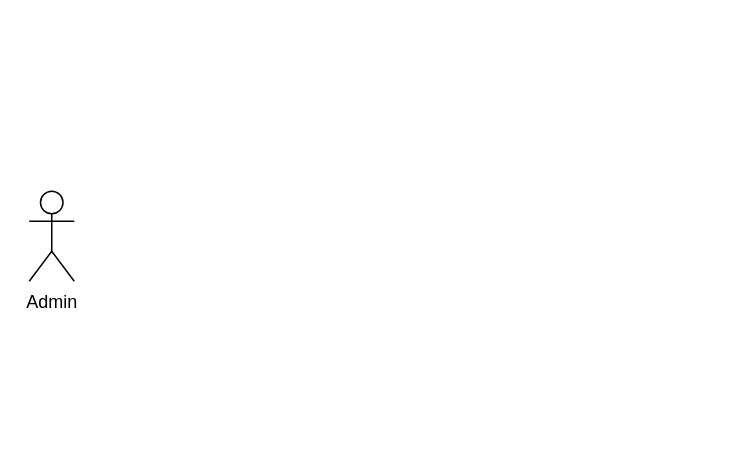
Before: AlcoVision.drawio in nugrahaas/diagram-project-rpl, a draw.io diagram. Source tidied: cells renumbered, new cells numbered last; positions are measured from the earlier drawing's top-left corner, leaving out a move shared by most shapes. Both pictures are drawn from the tidied source at 150%, with x=0, y=0 at pixel (28, 190).
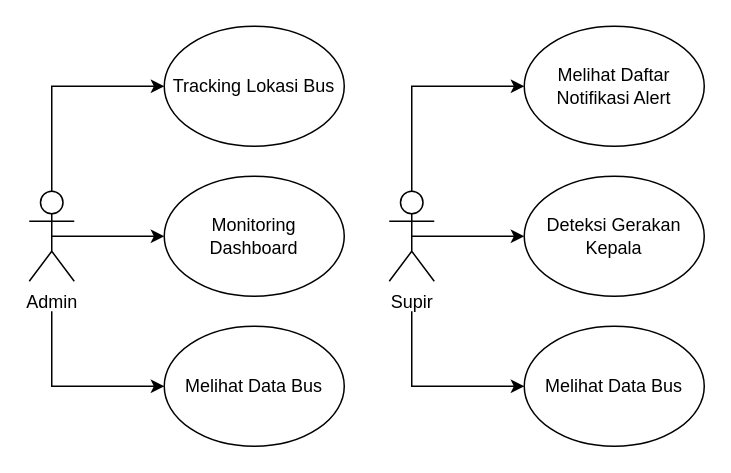
The same page after the edit.

The change refers to these unchanged cells:
```xml
<mxCell id="2" value="Admin" style="shape=umlActor;verticalLabelPosition=bottom;verticalAlign=top;html=1;outlineConnect=0;" parent="1" vertex="1">
  <mxGeometry width="30" height="60" as="geometry" />
</mxCell>
```

Change to the diagram source:
```diff
@@
+    <mxCell id="3" value="Tracking Lokasi Bus" style="ellipse;whiteSpace=wrap;html=1;" parent="1" vertex="1">
+      <mxGeometry x="90" y="-110" width="120" height="80" as="geometry" />
+    </mxCell>
+    <mxCell id="4" style="endArrow=classic;html=1;rounded=0;" parent="1" edge="1" target="3">
+      <mxGeometry relative="1" as="geometry">
+        <mxPoint x="15" as="sourcePoint" />
+        <Array as="points">
+          <mxPoint x="15" y="-70" />
+        </Array>
+      </mxGeometry>
+    </mxCell>
+    <mxCell id="5" value="Monitoring Dashboard" style="ellipse;whiteSpace=wrap;html=1;" parent="1" vertex="1">
+      <mxGeometry x="90" y="-10" width="120" height="80" as="geometry" />
+    </mxCell>
+    <mxCell id="6" value="Melihat Data Bus" style="ellipse;whiteSpace=wrap;html=1;" parent="1" vertex="1">
+      <mxGeometry x="90" y="90" width="120" height="80" as="geometry" />
+    </mxCell>
+    <mxCell id="7" style="endArrow=classic;html=1;rounded=0;exitX=0.5;exitY=0.5;exitDx=0;exitDy=0;exitPerimeter=0;entryX=0;entryY=0.5;entryDx=0;entryDy=0;" parent="1" edge="1" source="2" target="5">
+      <mxGeometry relative="1" as="geometry" />
+    </mxCell>
+    <mxCell id="8" style="endArrow=classic;html=1;rounded=0;" parent="1" edge="1" target="6">
+      <mxGeometry relative="1" as="geometry">
+        <mxPoint x="15" y="80" as="sourcePoint" />
+        <Array as="points">
+          <mxPoint x="15" y="130" />
+        </Array>
+      </mxGeometry>
+    </mxCell>
+    <mxCell id="9" value="Supir" style="shape=umlActor;verticalLabelPosition=bottom;verticalAlign=top;html=1;outlineConnect=0;" parent="1" vertex="1">
+      <mxGeometry x="240" width="30" height="60" as="geometry" />
+    </mxCell>
+    <mxCell id="10" value="Melihat Daftar Notifikasi Alert" style="ellipse;whiteSpace=wrap;html=1;" parent="1" vertex="1">
+      <mxGeometry x="330" y="-110" width="120" height="80" as="geometry" />
+    </mxCell>
+    <mxCell id="11" style="endArrow=classic;html=1;rounded=0;" parent="1" edge="1" target="10">
+      <mxGeometry relative="1" as="geometry">
+        <mxPoint x="255" as="sourcePoint" />
+        <Array as="points">
+          <mxPoint x="255" y="-70" />
+        </Array>
+      </mxGeometry>
+    </mxCell>
+    <mxCell id="12" value="Deteksi Gerakan Kepala" style="ellipse;whiteSpace=wrap;html=1;" parent="1" vertex="1">
+      <mxGeometry x="330" y="-10" width="120" height="80" as="geometry" />
+    </mxCell>
+    <mxCell id="13" value="Melihat Data Bus" style="ellipse;whiteSpace=wrap;html=1;" parent="1" vertex="1">
+      <mxGeometry x="330" y="90" width="120" height="80" as="geometry" />
+    </mxCell>
+    <mxCell id="14" style="endArrow=classic;html=1;rounded=0;exitX=0.5;exitY=0.5;exitDx=0;exitDy=0;exitPerimeter=0;entryX=0;entryY=0.5;entryDx=0;entryDy=0;" parent="1" edge="1" source="9" target="12">
+      <mxGeometry relative="1" as="geometry" />
+    </mxCell>
+    <mxCell id="15" style="endArrow=classic;html=1;rounded=0;" parent="1" edge="1" target="13">
+      <mxGeometry relative="1" as="geometry">
+        <mxPoint x="255" y="80" as="sourcePoint" />
+        <Array as="points">
+          <mxPoint x="255" y="130" />
+        </Array>
+      </mxGeometry>
+    </mxCell>
```
